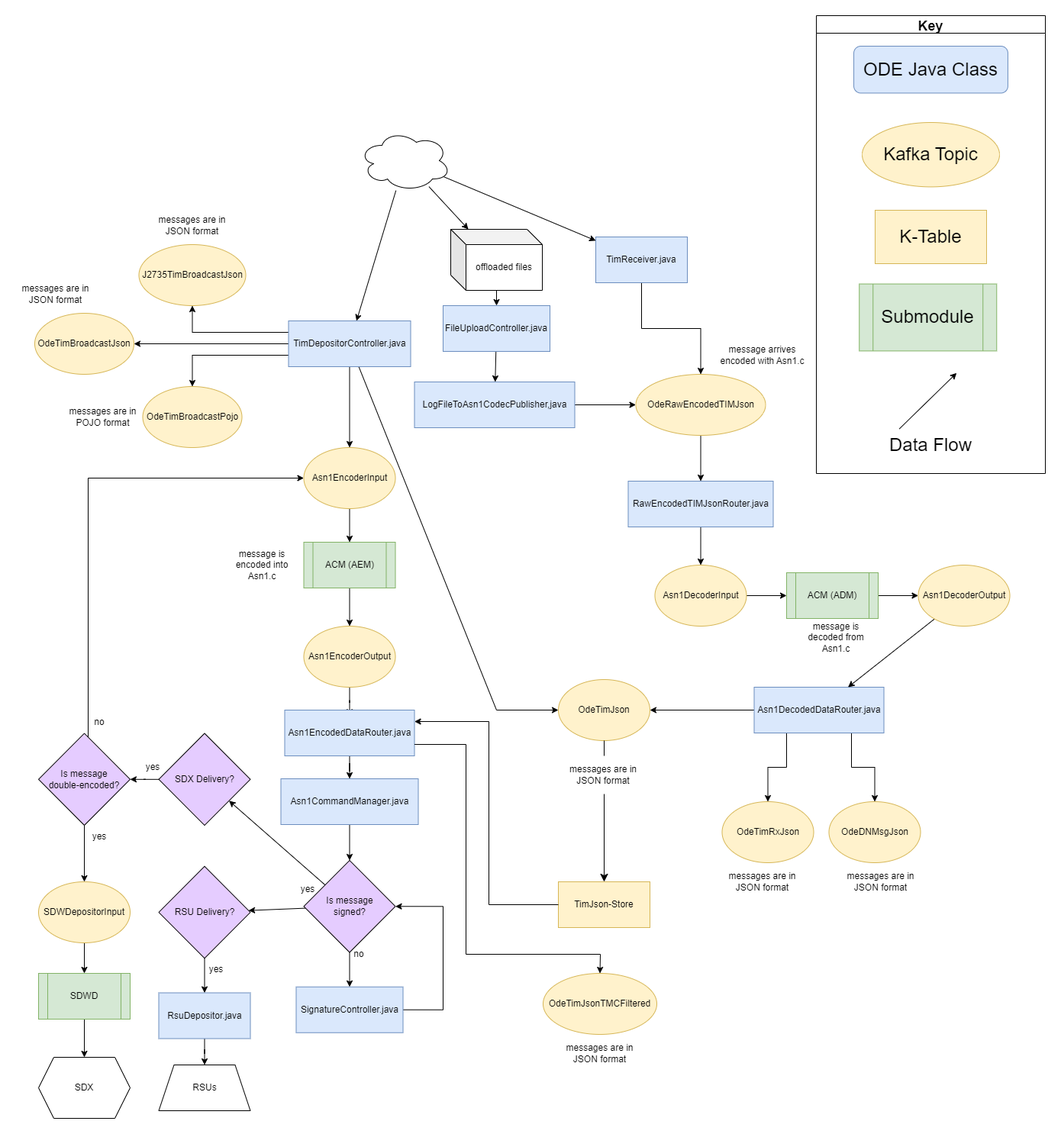
This is docs/data-flow-diagrams/tim/TIM Data Flow.drawio.png from usdot-jpo-ode/jpo-ode, a draw.io export, as it was before one commit. Source tidied: cells renumbered, new cells last; positions are measured from the earlier drawing's top-left corner, leaving out a move shared by most shapes.
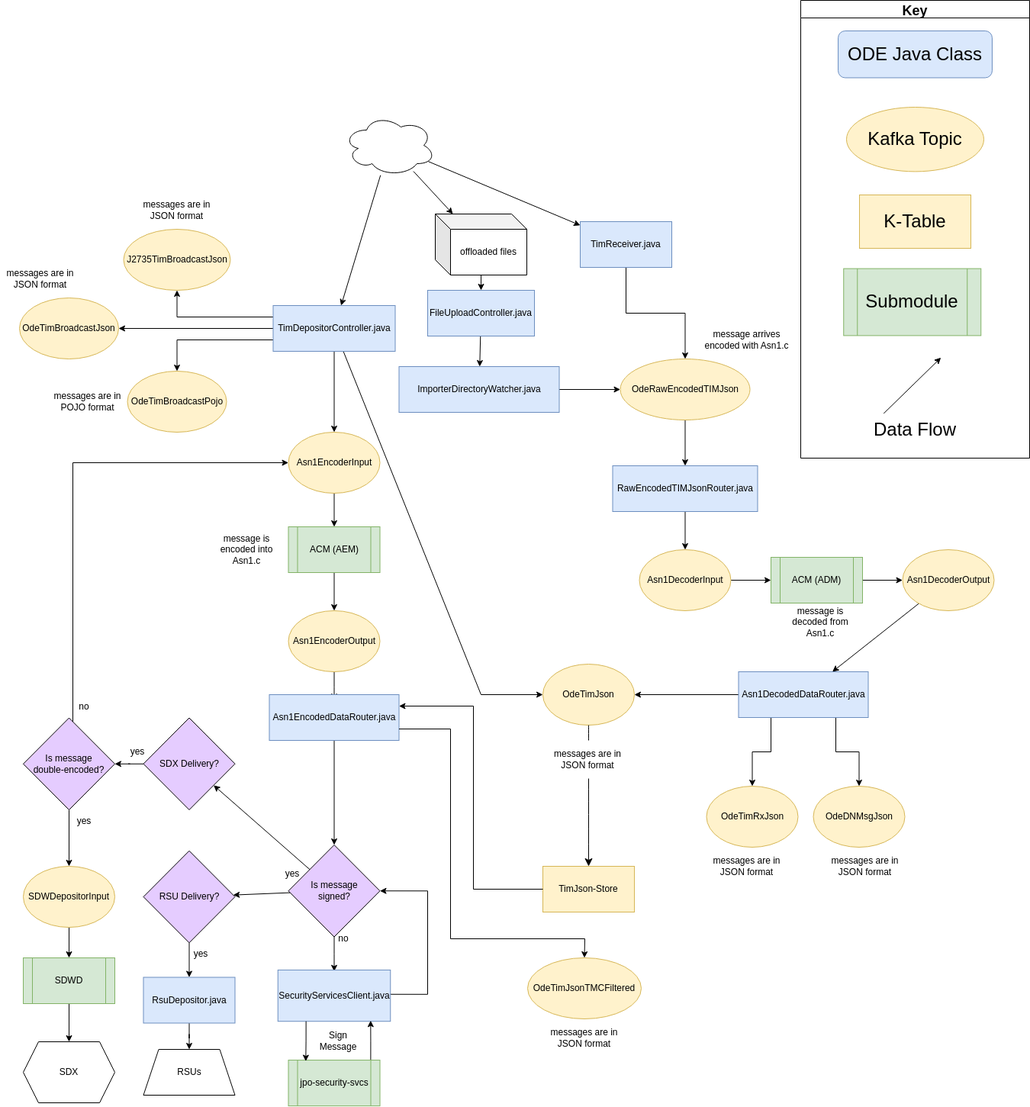
The same file after the commit.

What changed in the source:
```diff
@@ -204,24 +204,18 @@
     <mxCell id="62" style="edgeStyle=orthogonalEdgeStyle;rounded=0;jettySize=auto;html=1;" parent="1" edge="1" source="63" target="15">
       <mxGeometry relative="1" as="geometry" />
     </mxCell>
-    <mxCell id="63" value="LogFileToAsn1CodecPublisher,java" style="rounded=0;whiteSpace=wrap;html=1;fillColor=#dae8fc;strokeColor=#6c8ebf;" parent="1" vertex="1">
+    <mxCell id="63" value="ImporterDirectoryWatcher.java" style="rounded=0;whiteSpace=wrap;html=1;fillColor=#dae8fc;strokeColor=#6c8ebf;" parent="1" vertex="1">
       <mxGeometry x="522.5" y="480" width="210" height="60" as="geometry" />
     </mxCell>
-    <mxCell id="64" style="edgeStyle=orthogonalEdgeStyle;rounded=0;jettySize=auto;html=1;entryX=0.5;entryY=0;entryDx=0;entryDy=0;" parent="1" edge="1" source="65" target="86">
+    <mxCell id="64" style="edgeStyle=orthogonalEdgeStyle;rounded=0;jettySize=auto;html=1;entryX=0.5;entryY=0;entryDx=0;entryDy=0;exitX=0.5;exitY=1;exitDx=0;exitDy=0;" parent="1" edge="1" source="69" target="86">
       <mxGeometry relative="1" as="geometry" />
     </mxCell>
-    <mxCell id="65" value="Asn1CommandManager.java" style="rounded=0;whiteSpace=wrap;html=1;fillColor=#dae8fc;strokeColor=#6c8ebf;" parent="1" vertex="1">
-      <mxGeometry x="347.5" y="1000" width="180" height="60" as="geometry" />
-    </mxCell>
     <mxCell id="66" style="edgeStyle=orthogonalEdgeStyle;rounded=0;jettySize=auto;html=1;" parent="1" edge="1" source="67" target="71">
       <mxGeometry relative="1" as="geometry" />
     </mxCell>
     <mxCell id="67" value="SDWDepositorInput" style="ellipse;whiteSpace=wrap;html=1;fillColor=#fff2cc;strokeColor=#d6b656;" parent="1" vertex="1">
       <mxGeometry x="30" y="1135" width="120" height="80" as="geometry" />
     </mxCell>
-    <mxCell id="68" style="edgeStyle=orthogonalEdgeStyle;rounded=0;jettySize=auto;html=1;" parent="1" edge="1" source="69" target="65">
-      <mxGeometry relative="1" as="geometry" />
-    </mxCell>
     <mxCell id="69" value="Asn1EncodedDataRouter.java" style="rounded=0;whiteSpace=wrap;html=1;fillColor=#dae8fc;strokeColor=#6c8ebf;" parent="1" vertex="1">
       <mxGeometry x="352.5" y="910" width="170" height="60" as="geometry" />
     </mxCell>
@@ -264,8 +258,10 @@
     <mxCell id="82" value="no" style="text;html=1;strokeColor=none;fillColor=none;align=center;verticalAlign=middle;whiteSpace=wrap;rounded=0;" parent="1" vertex="1">
       <mxGeometry x="80" y="910.5" width="60" height="30" as="geometry" />
     </mxCell>
-    <mxCell id="83" style="edgeStyle=orthogonalEdgeStyle;rounded=0;jettySize=auto;html=1;" parent="1" edge="1" source="86" target="90">
-      <mxGeometry relative="1" as="geometry" />
+    <mxCell id="83" style="edgeStyle=orthogonalEdgeStyle;rounded=0;jettySize=auto;html=1;" parent="1" edge="1" source="86">
+      <mxGeometry relative="1" as="geometry">
+        <mxPoint x="437.5" y="1272.8" as="targetPoint" />
+      </mxGeometry>
     </mxCell>
     <mxCell id="84" style="rounded=0;jettySize=auto;html=1;" parent="1" edge="1" source="86" target="79">
       <mxGeometry relative="1" as="geometry" />
@@ -282,17 +278,15 @@
     <mxCell id="88" value="no" style="text;html=1;strokeColor=none;fillColor=none;align=center;verticalAlign=middle;whiteSpace=wrap;rounded=0;" parent="1" vertex="1">
       <mxGeometry x="420" y="1215" width="60" height="30" as="geometry" />
     </mxCell>
-    <mxCell id="89" style="edgeStyle=orthogonalEdgeStyle;rounded=0;jettySize=auto;html=1;entryX=1;entryY=0.5;entryDx=0;entryDy=0;exitX=1;exitY=0.5;exitDx=0;exitDy=0;" parent="1" edge="1" source="90" target="86">
+    <mxCell id="89" style="edgeStyle=orthogonalEdgeStyle;rounded=0;jettySize=auto;html=1;entryX=1;entryY=0.5;entryDx=0;entryDy=0;exitX=1;exitY=0.5;exitDx=0;exitDy=0;" parent="1" edge="1" target="86">
       <mxGeometry relative="1" as="geometry">
+        <mxPoint x="507.5" y="1302.8" as="sourcePoint" />
         <Array as="points">
           <mxPoint x="560" y="1303" />
           <mxPoint x="560" y="1167" />
         </Array>
       </mxGeometry>
     </mxCell>
-    <mxCell id="90" value="SignatureController.java" style="rounded=0;whiteSpace=wrap;html=1;fillColor=#dae8fc;strokeColor=#6c8ebf;" parent="1" vertex="1">
-      <mxGeometry x="367.5" y="1272.8" width="140" height="60" as="geometry" />
-    </mxCell>
     <mxCell id="91" style="edgeStyle=orthogonalEdgeStyle;rounded=0;jettySize=auto;html=1;" parent="1" edge="1" source="92" target="77">
       <mxGeometry relative="1" as="geometry" />
     </mxCell>
@@ -340,5 +334,20 @@
     <mxCell id="102" value="messages are in JSON format" style="text;html=1;strokeColor=none;fillColor=none;align=center;verticalAlign=middle;whiteSpace=wrap;rounded=0;" parent="100" vertex="1">
       <mxGeometry width="100" height="50" as="geometry" />
     </mxCell>
+    <mxCell id="103" value="SecurityServicesClient.java" style="rounded=0;whiteSpace=wrap;html=1;fillColor=#dae8fc;strokeColor=#6c8ebf;" parent="1" vertex="1">
+      <mxGeometry x="363.8" y="1270.9" width="147.5" height="67.2" as="geometry" />
+    </mxCell>
+    <mxCell id="104" style="edgeStyle=orthogonalEdgeStyle;rounded=0;jettySize=auto;html=1;exitX=0.899;exitY=0.011;exitDx=0;exitDy=0;exitPerimeter=0;entryX=0.824;entryY=0.986;entryDx=0;entryDy=0;entryPerimeter=0;" parent="1" edge="1" source="105" target="103">
+      <mxGeometry relative="1" as="geometry" />
+    </mxCell>
+    <mxCell id="105" value="jpo-security-svcs" style="shape=process;whiteSpace=wrap;html=1;backgroundOutline=1;fillColor=#d5e8d4;strokeColor=#82b366;" parent="1" vertex="1">
+      <mxGeometry x="377.5" y="1389.1" width="120" height="60" as="geometry" />
+    </mxCell>
+    <mxCell id="106" style="edgeStyle=orthogonalEdgeStyle;rounded=0;jettySize=auto;html=1;exitX=0.25;exitY=1;exitDx=0;exitDy=0;entryX=0.19;entryY=0.025;entryDx=0;entryDy=0;entryPerimeter=0;" parent="1" edge="1" source="103" target="105">
+      <mxGeometry relative="1" as="geometry" />
+    </mxCell>
+    <mxCell id="107" value="Sign Message" style="text;html=1;strokeColor=none;fillColor=none;align=center;verticalAlign=middle;whiteSpace=wrap;rounded=0;" parent="1" vertex="1">
+      <mxGeometry x="412.5" y="1349.1" width="60" height="30" as="geometry" />
+    </mxCell>
   </root>
 </mxGraphModel>
```
